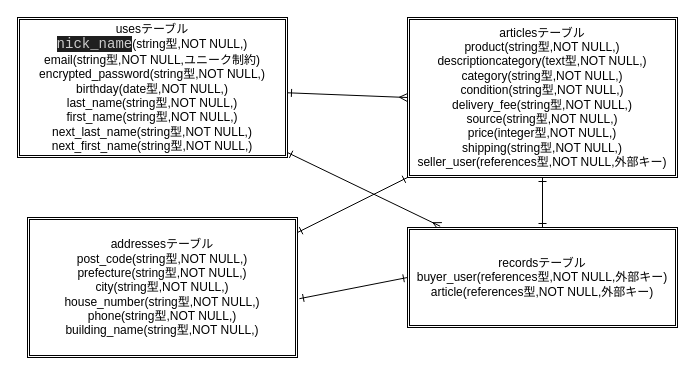
The draw.io diagram furima.dio in maesuke0401/furima-40816, before the edit. Source tidied: cells renumbered, new cells numbered last; positions are measured from the earlier drawing's top-left corner, leaving out a move shared by most shapes. Both pictures are drawn from the tidied source at 100%, with x=0, y=0 at pixel (17, 17).
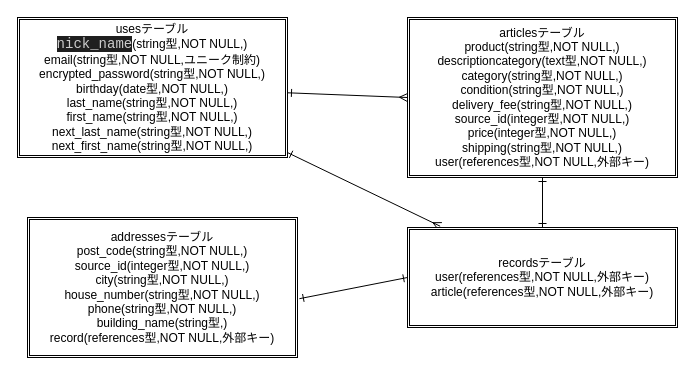
The same page after the edit.

Commit message (it also covers changes not shown here):
データーベース直し2

Change to the diagram source:
```diff
@@
 <mxGraphModel>
   <root>
     <mxCell id="0" />
     <mxCell id="1" parent="0" />
     <mxCell id="2" style="edgeStyle=none;html=1;entryX=0.5;entryY=1;entryDx=0;entryDy=0;exitX=0.5;exitY=1;exitDx=0;exitDy=0;" parent="1" edge="1" source="5" target="5">
       <mxGeometry relative="1" as="geometry" />
     </mxCell>
     <mxCell id="3" style="edgeStyle=none;html=1;entryX=0;entryY=0.5;entryDx=0;entryDy=0;endArrow=ERmany;endFill=0;startArrow=ERone;startFill=0;" parent="1" edge="1" source="5" target="6">
       <mxGeometry relative="1" as="geometry" />
     </mxCell>
     <mxCell id="4" style="edgeStyle=none;html=1;entryX=0.121;entryY=-0.013;entryDx=0;entryDy=0;entryPerimeter=0;endArrow=ERmany;endFill=0;startArrow=ERone;startFill=0;" parent="1" edge="1" source="5" target="7">
       <mxGeometry relative="1" as="geometry" />
     </mxCell>
     <mxCell id="5" value="usesテーブル&lt;br&gt;&lt;font face=&quot;Consolas, Courier New, monospace&quot; color=&quot;#cccccc&quot;&gt;&lt;span style=&quot;font-size: 14px; background-color: rgb(31, 31, 31);&quot;&gt;nick_name&lt;/span&gt;&lt;/font&gt;(string型,NOT NULL,)&lt;br&gt;email(string型,NOT NULL,ユニーク制約)&lt;br&gt;encrypted_password(string型,NOT NULL,)&lt;br&gt;birthday(date型,NOT NULL,)&lt;br&gt;last_name(string型,NOT NULL,)&lt;br&gt;first_name(string型,NOT NULL,)&lt;br&gt;next_last_name(string型,NOT NULL,)&lt;br&gt;next_first_name(string型,NOT NULL,)" style="shape=ext;double=1;rounded=0;whiteSpace=wrap;html=1;" parent="1" vertex="1">
       <mxGeometry width="270" height="140" as="geometry" />
     </mxCell>
-    <mxCell id="6" value="articlesテーブル&lt;br&gt;product(string型,NOT NULL,)&lt;br&gt;descriptioncategory(text型,NOT NULL,)&lt;br&gt;category(string型,NOT NULL,)&lt;br&gt;condition(string型,NOT NULL,)&lt;br&gt;delivery_fee(string型,NOT NULL,)&lt;br&gt;source(string型,NOT NULL,)&lt;br&gt;price(integer型,NOT NULL,)&lt;br&gt;shipping(string型,NOT NULL,)&lt;br&gt;seller_user(references型,NOT NULL,外部キー)" style="shape=ext;double=1;rounded=0;whiteSpace=wrap;html=1;" parent="1" vertex="1">
+    <mxCell id="6" value="articlesテーブル&lt;br&gt;product(string型,NOT NULL,)&lt;br&gt;descriptioncategory(text型,NOT NULL,)&lt;br&gt;category(string型,NOT NULL,)&lt;br&gt;condition(string型,NOT NULL,)&lt;br&gt;delivery_fee(string型,NOT NULL,)&lt;br&gt;source_id(integer型,NOT NULL,)&lt;br&gt;price(integer型,NOT NULL,)&lt;br&gt;shipping(string型,NOT NULL,)&lt;br&gt;user(references型,NOT NULL,外部キー)" style="shape=ext;double=1;rounded=0;whiteSpace=wrap;html=1;" parent="1" vertex="1">
       <mxGeometry x="390" width="270" height="160" as="geometry" />
     </mxCell>
-    <mxCell id="7" value="recordsテーブル&lt;br&gt;buyer_user(references型,NOT NULL,外部キー)&lt;br&gt;article(references型,NOT NULL,外部キー)" style="shape=ext;double=1;rounded=0;whiteSpace=wrap;html=1;" parent="1" vertex="1">
+    <mxCell id="7" value="recordsテーブル&lt;br&gt;user(references型,NOT NULL,外部キー)&lt;br&gt;article(references型,NOT NULL,外部キー)" style="shape=ext;double=1;rounded=0;whiteSpace=wrap;html=1;" parent="1" vertex="1">
       <mxGeometry x="390" y="210" width="270" height="100" as="geometry" />
     </mxCell>
-    <mxCell id="8" value="addressesテーブル&lt;br&gt;post_code(string型,NOT NULL,)&lt;br&gt;prefecture(string型,NOT NULL,)&lt;br&gt;city(string型,NOT NULL,)&lt;br&gt;house_number(string型,NOT NULL,)&lt;br&gt;phone(string型,NOT NULL,)&lt;br&gt;&lt;span style=&quot;background-color: initial; text-align: left;&quot;&gt;building_name(string型,NOT NULL,)&lt;/span&gt;" style="shape=ext;double=1;rounded=0;whiteSpace=wrap;html=1;" parent="1" vertex="1">
+    <mxCell id="8" value="addressesテーブル&lt;br&gt;post_code(string型,NOT NULL,)&lt;br&gt;source_id(integer型,NOT NULL,)&lt;br&gt;city(string型,NOT NULL,)&lt;br&gt;house_number(string型,NOT NULL,)&lt;br&gt;phone(string型,NOT NULL,)&lt;br&gt;&lt;span style=&quot;background-color: initial; text-align: left;&quot;&gt;building_name(string型,)&lt;br&gt;record(references型,NOT NULL,外部キー)&lt;br&gt;&lt;/span&gt;" style="shape=ext;double=1;rounded=0;whiteSpace=wrap;html=1;" parent="1" vertex="1">
       <mxGeometry x="10" y="200" width="270" height="140" as="geometry" />
     </mxCell>
     <mxCell id="9" style="endArrow=ERone;html=1;exitX=1.007;exitY=0.58;exitDx=0;exitDy=0;exitPerimeter=0;entryX=0;entryY=0.5;entryDx=0;entryDy=0;endFill=0;startArrow=ERone;startFill=0;" parent="1" edge="1" source="8" target="7">
       <mxGeometry relative="1" as="geometry" />
     </mxCell>
     <mxCell id="10" style="endArrow=ERone;html=1;entryX=0.5;entryY=1;entryDx=0;entryDy=0;exitX=0.5;exitY=0;exitDx=0;exitDy=0;startArrow=ERone;startFill=0;endFill=0;" parent="1" edge="1" source="7" target="6">
       <mxGeometry relative="1" as="geometry" />
     </mxCell>
-    <mxCell id="11" style="endArrow=ERone;html=1;entryX=0;entryY=1;entryDx=0;entryDy=0;exitX=1;exitY=0.107;exitDx=0;exitDy=0;exitPerimeter=0;endFill=0;startArrow=ERone;startFill=0;" parent="1" edge="1" source="8" target="6">
-      <mxGeometry relative="1" as="geometry" />
-    </mxCell>
   </root>
 </mxGraphModel>
```
